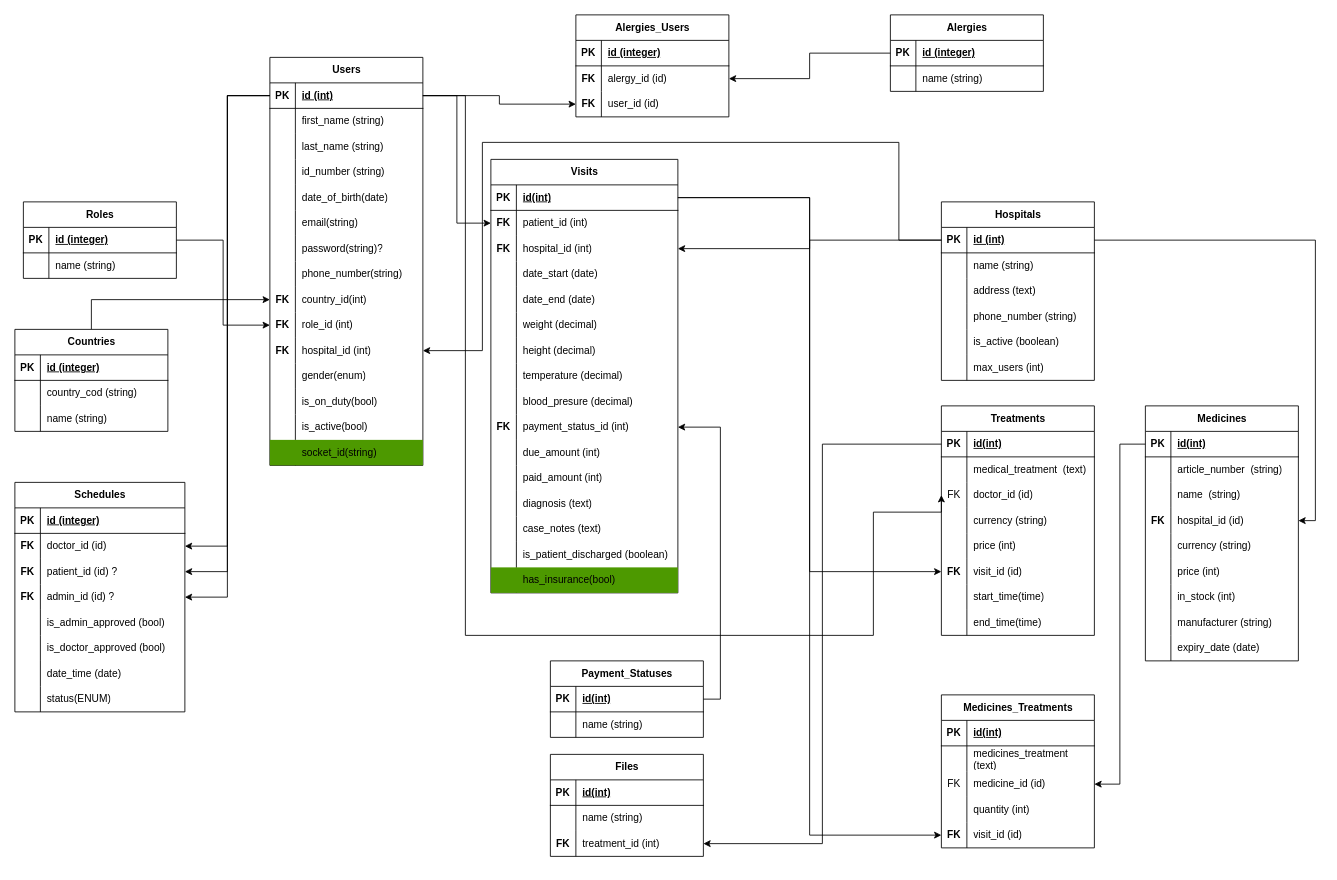
Above: Untitled Diagram.drawio in fao30/hospital-management-be (draw.io), before the change. Source tidied: cells renumbered, new cells numbered last; positions are measured from the earlier drawing's top-left corner, leaving out a move shared by most shapes. Both pictures are drawn from the tidied source at 85%, with x=0, y=0 at pixel (14, 14).
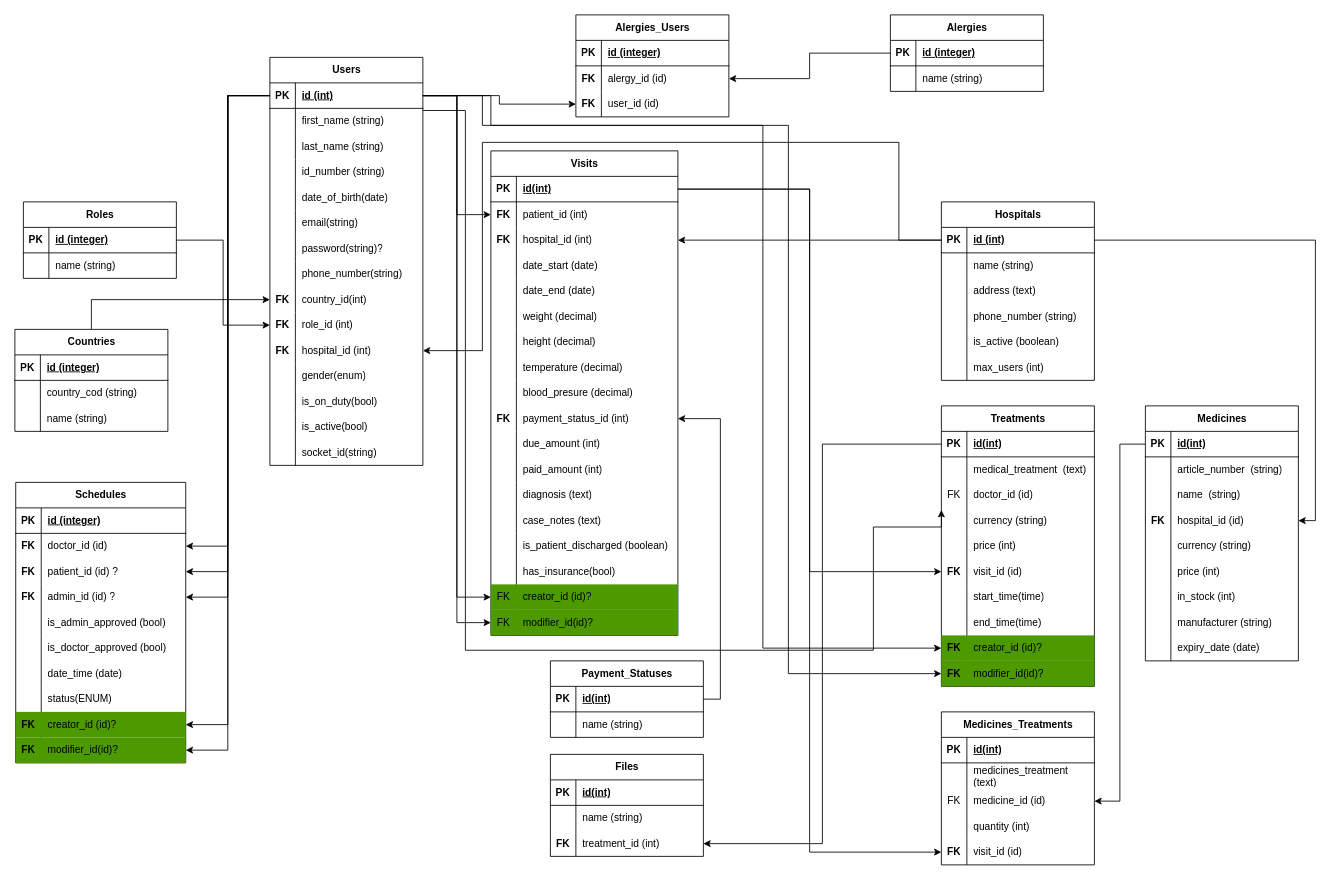
The same page after the edit.

Unchanged cells that the change refers to:
```xml
<mxCell id="28" value="Users" style="shape=table;startSize=30;childLayout=tableLayout;rowLines=0;fontStyle=1;align=center;html=1;" parent="1" vertex="1">
  <mxGeometry x="300" y="50" width="180" height="480" as="geometry" />
</mxCell>
<mxCell id="29" style="shape=tableRow;horizontal=0;startSize=0;swimlaneHead=0;swimlaneBody=0;fillColor=none;points=[[0,0.5],[1,0.5]];portConstraint=eastwest;top=0;left=0;right=0;bottom=1;" parent="28" vertex="1">
  <mxGeometry y="30" width="180" height="30" as="geometry" />
</mxCell>
<mxCell id="144" style="shape=tableRow;horizontal=0;startSize=0;swimlaneHead=0;swimlaneBody=0;fillColor=none;points=[[0,0.5],[1,0.5]];portConstraint=eastwest;top=0;left=0;right=0;bottom=0;" parent="137" vertex="1">
  <mxGeometry y="90" width="180" height="30" as="geometry" />
</mxCell>
```

Diff of the diagram source:
```diff
@@
-    <mxCell id="71" style="shape=tableRow;horizontal=0;startSize=0;swimlaneHead=0;swimlaneBody=0;fillColor=#4D9900;top=0;left=0;right=0;bottom=0;" parent="28" vertex="1">
+    <mxCell id="71" style="shape=tableRow;horizontal=0;startSize=0;swimlaneHead=0;swimlaneBody=0;fillColor=none;top=0;left=0;right=0;bottom=0;" parent="28" vertex="1">
       <mxGeometry y="450" width="180" height="30" as="geometry" />
     </mxCell>
@@
     <mxCell id="86" value="Visits" style="shape=table;startSize=30;childLayout=tableLayout;rowLines=0;fontStyle=1;align=center;html=1;" parent="1" vertex="1">
-      <mxGeometry x="560" y="170" width="220" height="510" as="geometry" />
+      <mxGeometry x="560" y="160" width="220" height="570" as="geometry" />
     </mxCell>
@@
-    <mxCell id="132" style="shape=tableRow;horizontal=0;startSize=0;swimlaneHead=0;swimlaneBody=0;fillColor=#4D9900;top=0;left=0;right=0;bottom=0;" parent="86" vertex="1">
+    <mxCell id="132" style="shape=tableRow;horizontal=0;startSize=0;swimlaneHead=0;swimlaneBody=0;fillColor=none;top=0;left=0;right=0;bottom=0;" parent="86" vertex="1">
       <mxGeometry y="480" width="220" height="30" as="geometry" />
     </mxCell>
@@
+    <mxCell id="278" style="shape=tableRow;horizontal=0;startSize=0;swimlaneHead=0;swimlaneBody=0;fillColor=#4D9900;points=[[0,0.5],[1,0.5]];portConstraint=eastwest;top=0;left=0;right=0;bottom=0;" parent="86" vertex="1">
+      <mxGeometry y="510" width="220" height="30" as="geometry" />
+    </mxCell>
+    <mxCell id="279" value="FK" style="shape=partialRectangle;fillColor=none;top=0;left=0;bottom=0;right=0;overflow=hidden;whiteSpace=wrap;html=1;" parent="278" vertex="1">
+      <mxGeometry width="30" height="30" as="geometry" />
+    </mxCell>
+    <mxCell id="280" value="creator_id (id)?" style="shape=partialRectangle;fillColor=none;top=0;left=0;bottom=0;right=0;align=left;spacingLeft=6;overflow=hidden;whiteSpace=wrap;html=1;" parent="278" vertex="1">
+      <mxGeometry x="30" width="190" height="30" as="geometry" />
+    </mxCell>
+    <mxCell id="281" style="shape=tableRow;horizontal=0;startSize=0;swimlaneHead=0;swimlaneBody=0;fillColor=#4D9900;points=[[0,0.5],[1,0.5]];portConstraint=eastwest;top=0;left=0;right=0;bottom=0;" parent="86" vertex="1">
+      <mxGeometry y="540" width="220" height="30" as="geometry" />
+    </mxCell>
+    <mxCell id="282" value="FK" style="shape=partialRectangle;fillColor=none;top=0;left=0;bottom=0;right=0;overflow=hidden;whiteSpace=wrap;html=1;" parent="281" vertex="1">
+      <mxGeometry width="30" height="30" as="geometry" />
+    </mxCell>
+    <mxCell id="283" value="modifier_id(id)?" style="shape=partialRectangle;fillColor=none;top=0;left=0;bottom=0;right=0;align=left;spacingLeft=6;overflow=hidden;whiteSpace=wrap;html=1;" parent="281" vertex="1">
+      <mxGeometry x="30" width="190" height="30" as="geometry" />
+    </mxCell>
@@
     <mxCell id="137" value="Treatments" style="shape=table;startSize=30;childLayout=tableLayout;rowLines=0;fontStyle=1;align=center;html=1;" parent="1" vertex="1">
-      <mxGeometry x="1090" y="460" width="180" height="270" as="geometry" />
+      <mxGeometry x="1090" y="460" width="180" height="330" as="geometry" />
     </mxCell>
@@
+    <mxCell id="284" style="shape=tableRow;horizontal=0;startSize=0;swimlaneHead=0;swimlaneBody=0;fillColor=#4D9900;points=[[0,0.5],[1,0.5]];portConstraint=eastwest;top=0;left=0;right=0;bottom=0;" parent="137" vertex="1">
+      <mxGeometry y="270" width="180" height="30" as="geometry" />
+    </mxCell>
+    <mxCell id="285" value="&lt;b&gt;FK&lt;/b&gt;" style="shape=partialRectangle;fillColor=none;top=0;left=0;bottom=0;right=0;overflow=hidden;whiteSpace=wrap;html=1;" parent="284" vertex="1">
+      <mxGeometry width="30" height="30" as="geometry" />
+    </mxCell>
+    <mxCell id="286" value="creator_id (id)?" style="shape=partialRectangle;fillColor=none;top=0;left=0;bottom=0;right=0;align=left;spacingLeft=6;overflow=hidden;whiteSpace=wrap;html=1;" parent="284" vertex="1">
+      <mxGeometry x="30" width="150" height="30" as="geometry" />
+    </mxCell>
+    <mxCell id="287" style="shape=tableRow;horizontal=0;startSize=0;swimlaneHead=0;swimlaneBody=0;fillColor=#4D9900;points=[[0,0.5],[1,0.5]];portConstraint=eastwest;top=0;left=0;right=0;bottom=0;" parent="137" vertex="1">
+      <mxGeometry y="300" width="180" height="30" as="geometry" />
+    </mxCell>
+    <mxCell id="288" value="&lt;b&gt;FK&lt;/b&gt;" style="shape=partialRectangle;fillColor=none;top=0;left=0;bottom=0;right=0;overflow=hidden;whiteSpace=wrap;html=1;" parent="287" vertex="1">
+      <mxGeometry width="30" height="30" as="geometry" />
+    </mxCell>
+    <mxCell id="289" value="modifier_id(id)?" style="shape=partialRectangle;fillColor=none;top=0;left=0;bottom=0;right=0;align=left;spacingLeft=6;overflow=hidden;whiteSpace=wrap;html=1;" parent="287" vertex="1">
+      <mxGeometry x="30" width="150" height="30" as="geometry" />
+    </mxCell>
@@
-    <mxCell id="163" style="edgeStyle=orthogonalEdgeStyle;rounded=0;jettySize=auto;html=1;entryX=0;entryY=0.5;entryDx=0;entryDy=0;" parent="1" edge="1" source="29" target="144">
+    <mxCell id="163" style="edgeStyle=orthogonalEdgeStyle;rounded=0;orthogonalLoop=1;jettySize=auto;html=1;entryX=0;entryY=0.5;entryDx=0;entryDy=0;" parent="1" edge="1">
       <mxGeometry relative="1" as="geometry">
+        <mxPoint x="480" y="112.5" as="sourcePoint" />
+        <mxPoint x="1090" y="582.5" as="targetPoint" />
         <Array as="points">
-          <mxPoint x="530" y="95" />
-          <mxPoint x="530" y="730" />
-          <mxPoint x="1010" y="730" />
-          <mxPoint x="1010" y="585" />
+          <mxPoint x="530" y="112.5" />
+          <mxPoint x="530" y="747.5" />
+          <mxPoint x="1010" y="747.5" />
+          <mxPoint x="1010" y="602.5" />
         </Array>
       </mxGeometry>
     </mxCell>
@@
     <mxCell id="201" value="Medicines_Treatments" style="shape=table;startSize=30;childLayout=tableLayout;rowLines=0;fontStyle=1;align=center;html=1;fillColor=none;" parent="1" vertex="1">
-      <mxGeometry x="1090" y="800" width="180" height="180" as="geometry" />
+      <mxGeometry x="1090" y="820" width="180" height="180" as="geometry" />
     </mxCell>
@@
     <mxCell id="250" value="Schedules" style="shape=table;startSize=30;childLayout=tableLayout;rowLines=0;fontStyle=1;align=center;html=1;fillColor=none;" parent="1" vertex="1">
-      <mxGeometry y="550" width="200" height="270" as="geometry" />
+      <mxGeometry x="1" y="550" width="200" height="330" as="geometry" />
     </mxCell>
@@
+    <mxCell id="290" style="shape=tableRow;horizontal=0;startSize=0;swimlaneHead=0;swimlaneBody=0;fillColor=#4D9900;points=[[0,0.5],[1,0.5]];portConstraint=eastwest;top=0;left=0;right=0;bottom=0;" parent="250" vertex="1">
+      <mxGeometry y="270" width="200" height="30" as="geometry" />
+    </mxCell>
+    <mxCell id="291" value="&lt;b&gt;FK&lt;/b&gt;" style="shape=partialRectangle;fillColor=none;top=0;left=0;bottom=0;right=0;overflow=hidden;whiteSpace=wrap;html=1;" parent="290" vertex="1">
+      <mxGeometry width="30" height="30" as="geometry" />
+    </mxCell>
+    <mxCell id="292" value="creator_id (id)?" style="shape=partialRectangle;fillColor=none;top=0;left=0;bottom=0;right=0;align=left;spacingLeft=6;overflow=hidden;whiteSpace=wrap;html=1;" parent="290" vertex="1">
+      <mxGeometry x="30" width="170" height="30" as="geometry" />
+    </mxCell>
+    <mxCell id="293" style="shape=tableRow;horizontal=0;startSize=0;swimlaneHead=0;swimlaneBody=0;fillColor=#4D9900;points=[[0,0.5],[1,0.5]];portConstraint=eastwest;top=0;left=0;right=0;bottom=0;" parent="250" vertex="1">
+      <mxGeometry y="300" width="200" height="30" as="geometry" />
+    </mxCell>
+    <mxCell id="294" value="&lt;b&gt;FK&lt;/b&gt;" style="shape=partialRectangle;fillColor=none;top=0;left=0;bottom=0;right=0;overflow=hidden;whiteSpace=wrap;html=1;" parent="293" vertex="1">
+      <mxGeometry width="30" height="30" as="geometry" />
+    </mxCell>
+    <mxCell id="295" value="modifier_id(id)?" style="shape=partialRectangle;fillColor=none;top=0;left=0;bottom=0;right=0;align=left;spacingLeft=6;overflow=hidden;whiteSpace=wrap;html=1;" parent="293" vertex="1">
+      <mxGeometry x="30" width="170" height="30" as="geometry" />
+    </mxCell>
@@
+    <mxCell id="296" style="edgeStyle=orthogonalEdgeStyle;rounded=0;jettySize=auto;html=1;" parent="1" edge="1" source="29" target="293">
+      <mxGeometry relative="1" as="geometry" />
+    </mxCell>
+    <mxCell id="297" style="edgeStyle=orthogonalEdgeStyle;rounded=0;jettySize=auto;html=1;entryX=1;entryY=0.5;entryDx=0;entryDy=0;" parent="1" edge="1" source="29" target="290">
+      <mxGeometry relative="1" as="geometry" />
+    </mxCell>
+    <mxCell id="298" style="edgeStyle=orthogonalEdgeStyle;rounded=0;jettySize=auto;html=1;entryX=0;entryY=0.5;entryDx=0;entryDy=0;" parent="1" edge="1" source="29" target="278">
+      <mxGeometry relative="1" as="geometry" />
+    </mxCell>
+    <mxCell id="299" style="edgeStyle=orthogonalEdgeStyle;rounded=0;jettySize=auto;html=1;entryX=0;entryY=0.5;entryDx=0;entryDy=0;" parent="1" edge="1" source="29" target="281">
+      <mxGeometry relative="1" as="geometry" />
+    </mxCell>
+    <mxCell id="300" style="edgeStyle=orthogonalEdgeStyle;rounded=0;jettySize=auto;html=1;entryX=0;entryY=0.5;entryDx=0;entryDy=0;" parent="1" edge="1" source="29" target="284">
+      <mxGeometry relative="1" as="geometry">
+        <Array as="points">
+          <mxPoint x="550" y="95" />
+          <mxPoint x="550" y="130" />
+          <mxPoint x="880" y="130" />
+          <mxPoint x="880" y="745" />
+        </Array>
+      </mxGeometry>
+    </mxCell>
+    <mxCell id="301" style="edgeStyle=orthogonalEdgeStyle;rounded=0;jettySize=auto;html=1;entryX=0;entryY=0.5;entryDx=0;entryDy=0;" parent="1" edge="1" source="29" target="287">
+      <mxGeometry relative="1" as="geometry">
+        <Array as="points">
+          <mxPoint x="560" y="95" />
+          <mxPoint x="560" y="130" />
+          <mxPoint x="910" y="130" />
+          <mxPoint x="910" y="775" />
+        </Array>
+      </mxGeometry>
+    </mxCell>
```
